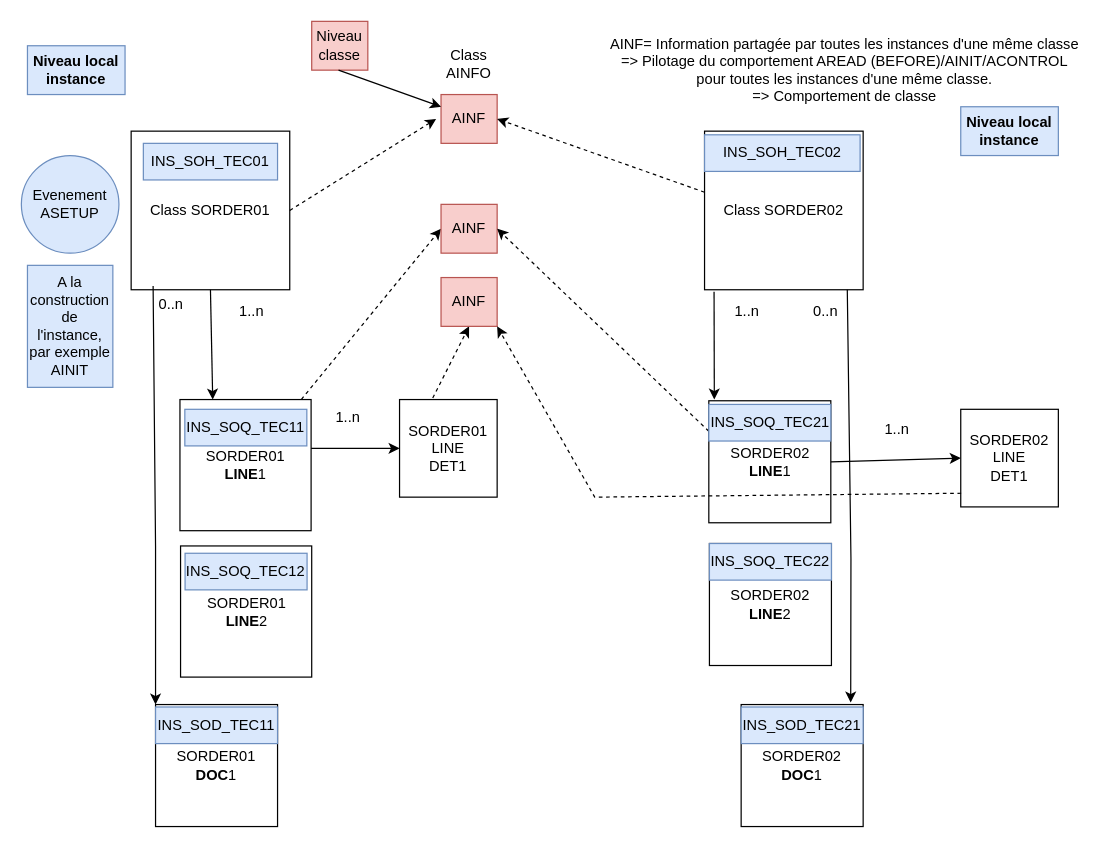
Before: lazy_loading.drawio in Sage-X3-Center-of-Excellence/fra-ermewa-tf-02-perf_core-lazy_loading, a draw.io diagram. Source tidied: cells renumbered, new cells numbered last; positions are measured from the earlier drawing's top-left corner, leaving out a move shared by most shapes. Both pictures are drawn from the tidied source at 122%, with x=0, y=0 at pixel (21, 21).
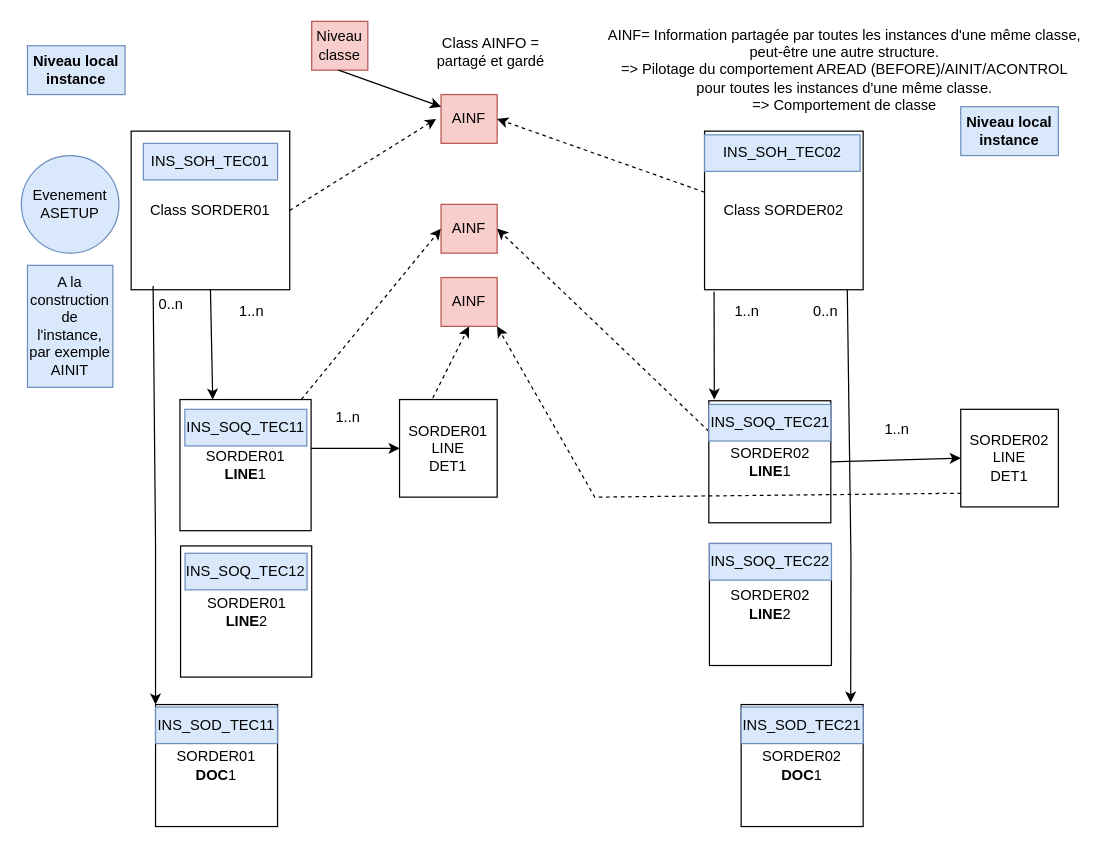
After the change.

Diff of the diagram source:
```diff
@@
-    <mxCell id="7" value="AINF= Information partagée par toutes les instances d'une même classe&lt;br&gt;=&amp;gt; Pilotage du comportement AREAD (BEFORE)/AINIT/ACONTROL pour toutes les instances d'une même classe.&lt;br&gt;=&amp;gt; Comportement de classe" style="text;html=1;align=center;verticalAlign=middle;whiteSpace=wrap;rounded=0;" parent="1" vertex="1">
+    <mxCell id="7" value="AINF= Information partagée par toutes les instances d'une même classe, peut-être une autre structure.&lt;br&gt;=&amp;gt; Pilotage du comportement AREAD (BEFORE)/AINIT/ACONTROL pour toutes les instances d'une même classe.&lt;br&gt;=&amp;gt; Comportement de classe" style="text;html=1;align=center;verticalAlign=middle;whiteSpace=wrap;rounded=0;" parent="1" vertex="1">
       <mxGeometry x="480" width="390" height="80" as="geometry" />
     </mxCell>
@@
-    <mxCell id="17" value="Class AINFO" style="text;html=1;align=center;verticalAlign=middle;whiteSpace=wrap;rounded=0;" parent="1" vertex="1">
-      <mxGeometry x="337" y="20" width="60" height="30" as="geometry" />
+    <mxCell id="17" value="Class AINFO = partagé et gardé" style="text;html=1;align=center;verticalAlign=middle;whiteSpace=wrap;rounded=0;" parent="1" vertex="1">
+      <mxGeometry x="330" y="10" width="110" height="30" as="geometry" />
     </mxCell>
```
